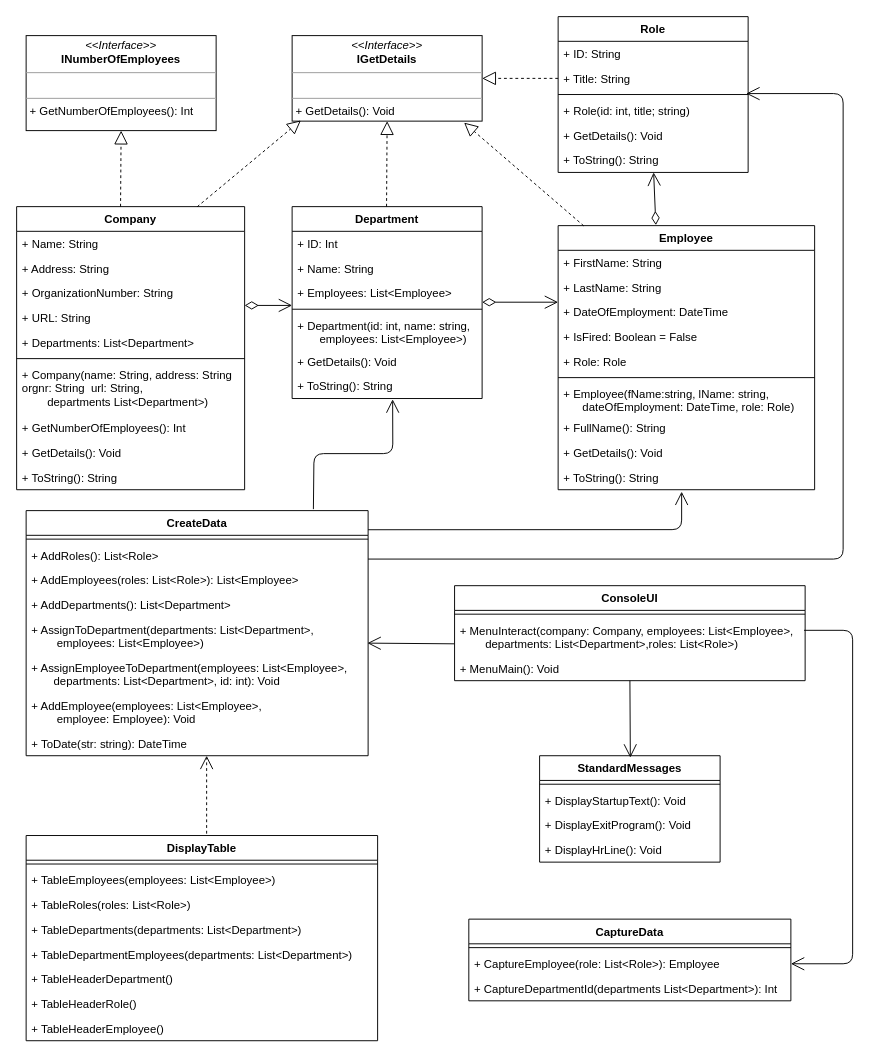
Earlier version of the draw.io diagram laboration_3/DICE.drawio (philipsinnott/gik2f7_laborationer). Source tidied: cells renumbered, new cells numbered last; positions are measured from the earlier drawing's top-left corner, leaving out a move shared by most shapes. Both pictures are drawn from the tidied source at 95%, with x=0, y=0 at pixel (16, 16).
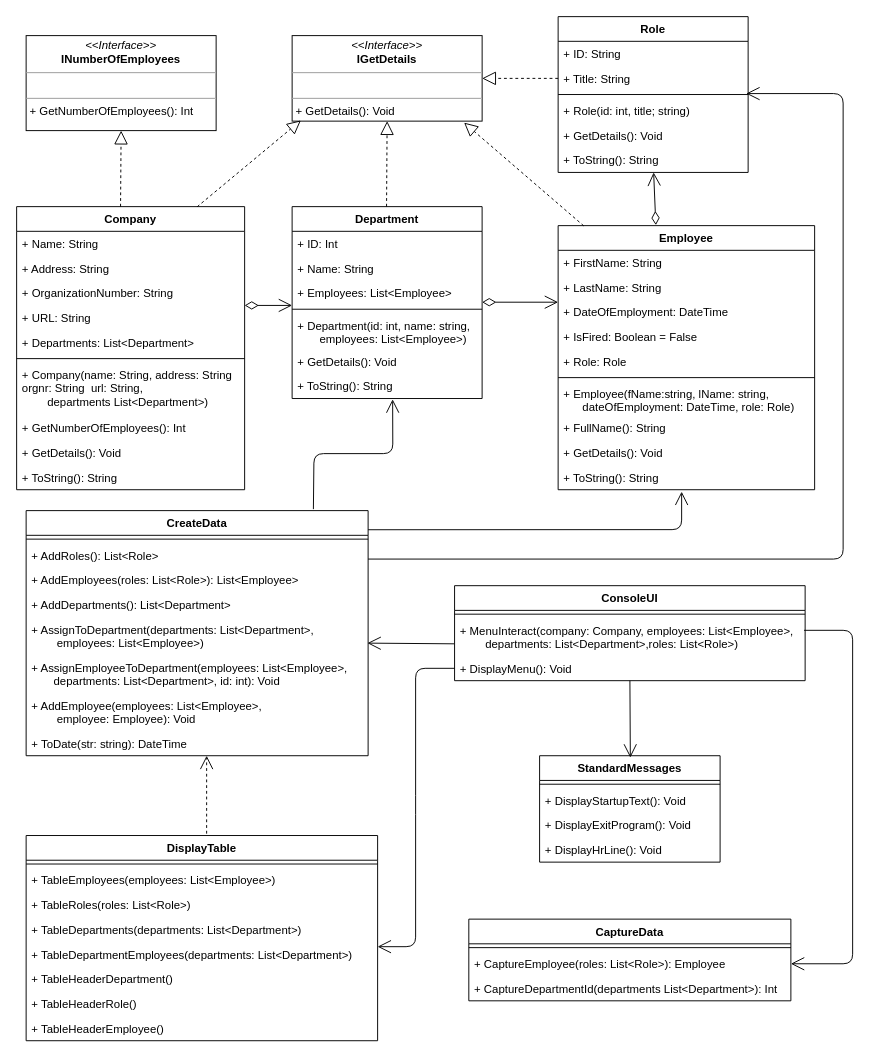
The same page after the edit.

Unchanged cells that the change refers to:
```xml
<mxCell id="46" value="ConsoleUI" style="swimlane;fontStyle=1;align=center;verticalAlign=top;horizontal=1;startSize=26;" parent="1" vertex="1">
  <mxGeometry x="461" y="599" width="369" height="100" as="geometry" />
</mxCell>
<mxCell id="69" value="CaptureData" style="swimlane;fontStyle=1;align=center;verticalAlign=top;horizontal=1;startSize=26;" parent="1" vertex="1">
  <mxGeometry x="476" y="950" width="339" height="86" as="geometry" />
</mxCell>
```

Change to the diagram source:
```diff
@@
-    <mxCell id="49" value="+ MenuMain(): Void" style="text;strokeColor=none;fillColor=none;align=left;verticalAlign=top;spacingLeft=4;spacingRight=4;overflow=hidden;points=[[0,0.5],[1,0.5]];portConstraint=eastwest;" parent="46" vertex="1">
+    <mxCell id="49" value="+ DisplayMenu(): Void" style="text;strokeColor=none;fillColor=none;align=left;verticalAlign=top;spacingLeft=4;spacingRight=4;overflow=hidden;points=[[0,0.5],[1,0.5]];portConstraint=eastwest;" parent="46" vertex="1">
       <mxGeometry y="74" width="369" height="26" as="geometry" />
     </mxCell>
@@
-    <mxCell id="71" value="+ CaptureEmployee(role: List&lt;Role&gt;): Employee" style="text;strokeColor=none;fillColor=none;align=left;verticalAlign=top;spacingLeft=4;spacingRight=4;overflow=hidden;points=[[0,0.5],[1,0.5]];portConstraint=eastwest;" parent="69" vertex="1">
+    <mxCell id="71" value="+ CaptureEmployee(roles: List&lt;Role&gt;): Employee" style="text;strokeColor=none;fillColor=none;align=left;verticalAlign=top;spacingLeft=4;spacingRight=4;overflow=hidden;points=[[0,0.5],[1,0.5]];portConstraint=eastwest;" parent="69" vertex="1">
       <mxGeometry y="34" width="339" height="26" as="geometry" />
     </mxCell>
@@
+    <mxCell id="87" style="endArrow=open;endFill=0;endSize=12;html=1;" parent="1" edge="1" source="49">
+      <mxGeometry relative="1" as="geometry">
+        <mxPoint x="380" y="979" as="targetPoint" />
+        <Array as="points">
+          <mxPoint x="420" y="686" />
+          <mxPoint x="420" y="830" />
+          <mxPoint x="420" y="979" />
+        </Array>
+      </mxGeometry>
+    </mxCell>
```
